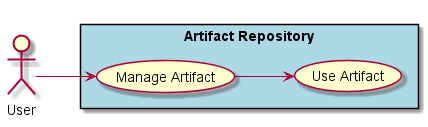
Before: docs/Solution/Artifact-Repository/UseCases.png, a diagram exported from PlantUML (CAADE/C3).
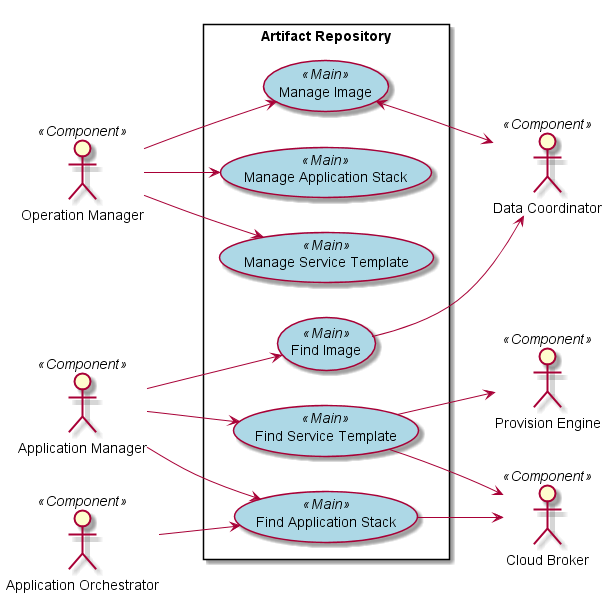
Above is the later version.

Diff of the diagram source:
```diff
@@ -2,16 +2,41 @@
 
 left to right direction
 
-actor :User:
+skinparam usecase {
+  BackgroudnColor #lightgreen
+  BackgroundColor<<Main>> #lightblue
+}
+actor :Operation Manager: <<Component>>
+actor :Application Manager: <<Component>>
+
+actor :Cloud Broker: <<Component>>
+actor :Provision Engine: <<Component>>
+actor :Data Coordinator: <<Component>>
+actor :Application Orchestrator: <<Component>>
+
+rectangle "Artifact Repository" {
+UseCase MI <<Main>> as "Manage Image"
+UseCase MAP <<Main>> as "Manage Application Stack"
+UseCase MST <<Main>> as "Manage Service Template"
+UseCase FI <<Main>> as "Find Image"
+UseCase FAP <<Main>> as "Find Application Stack"
+UseCase FST <<Main>> as "Find Service Template"
 
 
-rectangle "Artifact Repository" #lightblue {
-UseCase UC1 as "Manage Artifact"
-UseCase UC2 as "Use Artifact"
+:Operation Manager: --> MI
+:Operation Manager: --> MAP
+:Operation Manager: --> MST
 
+:Application Manager: --> FI
+:Application Manager: --> FAP
+:Application Manager: --> FST
+:Application Orchestrator: --> FAP
 
-User --> UC1
-UC1 --> UC2
+FI --> :Data Coordinator:
+MI <--> :Data Coordinator:
+FST --> :Provision Engine:
+FST --> :Cloud Broker:
+FAP --> :Cloud Broker:
 }
 
 @enduml
```
